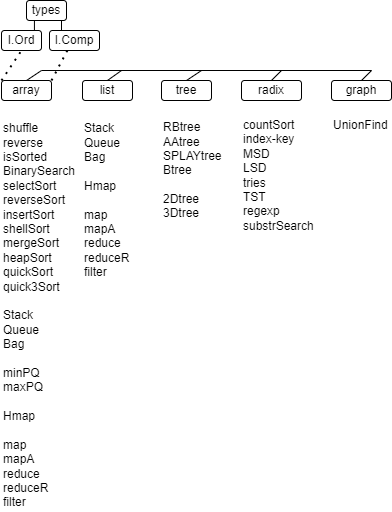
Above: pics/algos.png in kselnaag/algos (draw.io), before the change. Source tidied: cells renumbered, new cells last; positions are measured from the earlier drawing's top-left corner, leaving out a move shared by most shapes.
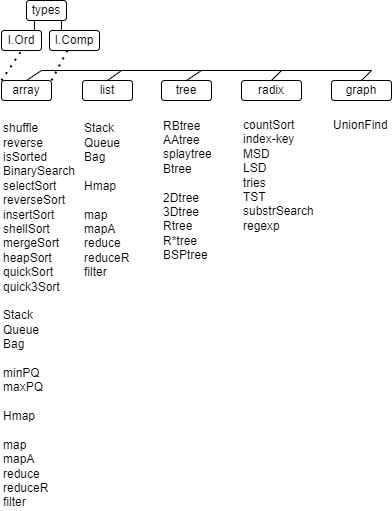
After the change.

What changed in the source:
```diff
@@ -23,11 +23,11 @@
     <mxCell id="8" value="Stack&lt;br&gt;Queue&lt;br&gt;Bag&lt;br&gt;&lt;br&gt;Hmap&lt;br&gt;&lt;br&gt;map&lt;br&gt;mapA&lt;br&gt;reduce&lt;br&gt;reduceR&lt;br&gt;filter" style="text;html=1;strokeColor=none;fillColor=none;align=left;verticalAlign=middle;whiteSpace=wrap;rounded=0;fontColor=#000000;" parent="1" vertex="1">
       <mxGeometry x="81" y="120" width="66" height="160" as="geometry" />
     </mxCell>
-    <mxCell id="9" value="countSort&lt;br&gt;index-key&lt;br&gt;MSD&lt;br&gt;LSD&lt;br&gt;tries&lt;br&gt;TST&lt;br&gt;regexp&lt;br&gt;substrSearch" style="text;html=1;strokeColor=none;fillColor=none;align=left;verticalAlign=middle;whiteSpace=wrap;rounded=0;fontColor=#000000;" parent="1" vertex="1">
+    <mxCell id="9" value="countSort&lt;br&gt;index-key&lt;br&gt;MSD&lt;br&gt;LSD&lt;br&gt;tries&lt;br&gt;TST&lt;br&gt;substrSearch&lt;br&gt;regexp&lt;br&gt;" style="text;html=1;strokeColor=none;fillColor=none;align=left;verticalAlign=middle;whiteSpace=wrap;rounded=0;fontColor=#000000;" parent="1" vertex="1">
       <mxGeometry x="240" y="120" width="80" height="110" as="geometry" />
     </mxCell>
-    <mxCell id="10" value="RBtree&lt;br&gt;AAtree&lt;br&gt;SPLAYtree&lt;br&gt;Btree&lt;br&gt;&lt;br&gt;2Dtree&lt;br&gt;3Dtree" style="text;html=1;strokeColor=none;fillColor=none;align=left;verticalAlign=middle;whiteSpace=wrap;rounded=0;fontColor=#000000;" parent="1" vertex="1">
-      <mxGeometry x="160" y="120" width="60" height="100" as="geometry" />
+    <mxCell id="10" value="RBtree&lt;br&gt;AAtree&lt;br&gt;splaytree&lt;br&gt;Btree&lt;br&gt;&lt;br&gt;2Dtree&lt;br&gt;3Dtree&lt;br&gt;Rtree&lt;br&gt;R*tree&lt;br&gt;BSPtree" style="text;html=1;strokeColor=none;fillColor=none;align=left;verticalAlign=middle;whiteSpace=wrap;rounded=0;fontColor=#000000;" parent="1" vertex="1">
+      <mxGeometry x="160" y="120" width="60" height="140" as="geometry" />
     </mxCell>
     <mxCell id="11" value="types" style="rounded=1;whiteSpace=wrap;html=1;fillColor=none;strokeColor=#000000;fontColor=#000000;" parent="1" vertex="1">
       <mxGeometry x="25" width="40" height="20" as="geometry" />
```
